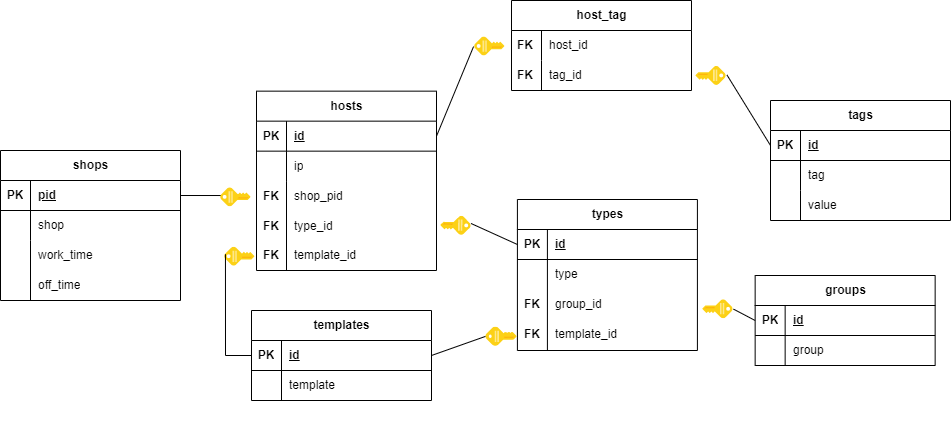
Above: db_schema.png in DorofD/zabbix_actualization_service (draw.io), before the change. Source tidied: cells renumbered, new cells last; positions are measured from the earlier drawing's top-left corner, leaving out a move shared by most shapes.
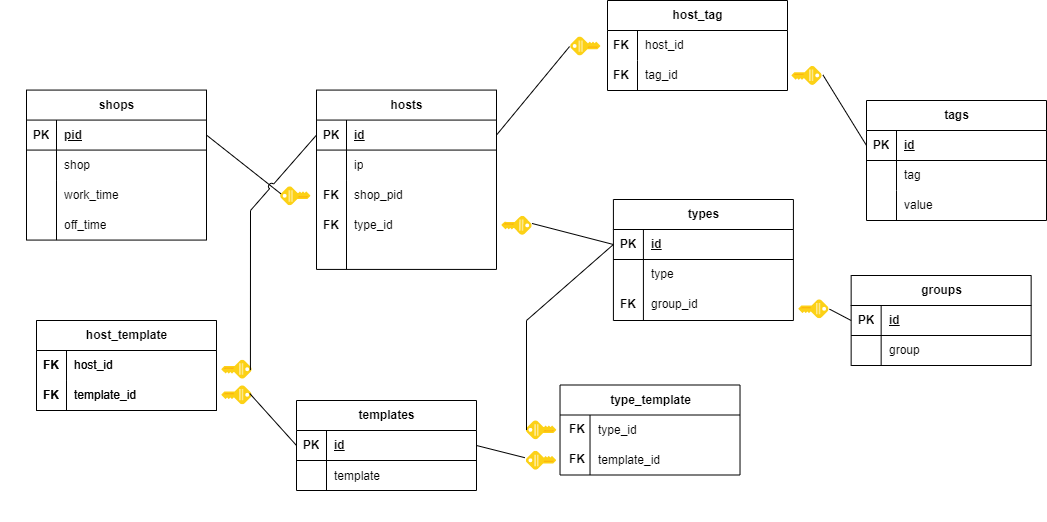
After the change.

Change to the diagram source:
```diff
@@ -54,7 +54,7 @@
       <mxGeometry x="30" width="150" height="30" as="geometry" />
     </mxCell>
     <mxCell id="19" style="group;" parent="1" vertex="1">
-      <mxGeometry y="150" width="180" height="180" as="geometry" />
+      <mxGeometry x="-70" y="89.6" width="180" height="180" as="geometry" />
     </mxCell>
     <mxCell id="20" value="shops" style="shape=table;startSize=30;rowLines=0;fontStyle=1;align=center;html=1;" parent="19" vertex="1">
       <mxGeometry width="180" height="150" as="geometry" />
@@ -105,7 +105,7 @@
       <mxGeometry relative="1" as="geometry" />
     </mxCell>
     <mxCell id="36" style="group;" parent="1" vertex="1">
-      <mxGeometry x="226" y="90.7" width="210" height="200" as="geometry" />
+      <mxGeometry x="190" y="89.6" width="210" height="200" as="geometry" />
     </mxCell>
     <mxCell id="37" style="group;" parent="36" vertex="1">
       <mxGeometry x="30" width="180" height="200" as="geometry" />
@@ -152,23 +152,14 @@
     <mxCell id="51" value="FK" style="shape=partialRectangle;fillColor=none;top=0;left=0;bottom=0;right=0;fontStyle=1;overflow=hidden;whiteSpace=wrap;html=1;" parent="37" vertex="1">
       <mxGeometry y="120" width="30" height="30" as="geometry" />
     </mxCell>
-    <mxCell id="52" value="template_id" style="shape=partialRectangle;fillColor=none;top=0;left=0;bottom=0;right=0;align=left;spacingLeft=6;overflow=hidden;whiteSpace=wrap;html=1;" parent="37" vertex="1">
-      <mxGeometry x="30" y="149.3" width="150" height="30" as="geometry" />
-    </mxCell>
-    <mxCell id="53" value="FK" style="shape=partialRectangle;fillColor=none;top=0;left=0;bottom=0;right=0;fontStyle=1;overflow=hidden;whiteSpace=wrap;html=1;" parent="37" vertex="1">
-      <mxGeometry y="149.3" width="30" height="30" as="geometry" />
-    </mxCell>
     <mxCell id="54" style="sketch=0;html=1;points=[];align=center;image;fontSize=12;image=img/lib/mscae/Key.svg;rotation=-90;" parent="36" vertex="1">
       <mxGeometry y="90" width="18.9" height="30.4" as="geometry" />
     </mxCell>
-    <mxCell id="55" style="sketch=0;html=1;points=[];align=center;image;fontSize=12;image=img/lib/mscae/Key.svg;rotation=-90;" parent="36" vertex="1">
-      <mxGeometry x="4" y="149.3" width="18.9" height="30.4" as="geometry" />
-    </mxCell>
     <mxCell id="56" style="group;" parent="1" vertex="1">
       <mxGeometry x="530" y="219" width="215.8" height="135" as="geometry" />
     </mxCell>
     <mxCell id="57" value="types" style="shape=table;startSize=30;rowLines=0;fontStyle=1;align=center;html=1;" parent="56" vertex="1">
-      <mxGeometry x="-13.1" y="-20" width="180" height="151" as="geometry" />
+      <mxGeometry x="-13.1" y="-20" width="180" height="121" as="geometry" />
     </mxCell>
     <mxCell id="58" style="shape=tableRow;horizontal=0;startSize=0;swimlaneHead=0;swimlaneBody=0;fillColor=none;points=[[0,0.5],[1,0.5]];portConstraint=eastwest;top=0;left=0;right=0;bottom=1;" parent="57" vertex="1">
       <mxGeometry y="30" width="180" height="30" as="geometry" />
@@ -180,13 +171,13 @@
       <mxGeometry x="30" width="150" height="30" as="geometry" />
     </mxCell>
     <mxCell id="61" style="shape=tableRow;horizontal=0;startSize=0;swimlaneHead=0;swimlaneBody=0;fillColor=none;top=0;left=0;right=0;bottom=0;" parent="57" vertex="1">
-      <mxGeometry y="60" width="180" height="91" as="geometry" />
+      <mxGeometry y="60" width="180" height="61" as="geometry" />
     </mxCell>
     <mxCell id="62" style="shape=partialRectangle;fillColor=none;top=0;left=0;bottom=0;right=0;overflow=hidden;whiteSpace=wrap;html=1;" parent="61" vertex="1">
-      <mxGeometry width="30" height="91" as="geometry" />
+      <mxGeometry width="30" height="61" as="geometry" />
     </mxCell>
     <mxCell id="63" style="shape=partialRectangle;fillColor=none;top=0;left=0;bottom=0;right=0;align=left;spacingLeft=6;overflow=hidden;whiteSpace=wrap;html=1;" parent="61" vertex="1">
-      <mxGeometry x="30" width="150" height="91" as="geometry" />
+      <mxGeometry x="30" width="150" height="61" as="geometry" />
     </mxCell>
     <mxCell id="64" style="sketch=0;html=1;points=[];align=center;image;fontSize=12;image=img/lib/mscae/Key.svg;rotation=90;" parent="56" vertex="1">
       <mxGeometry x="176.9" y="74.6" width="18.9" height="30.4" as="geometry" />
@@ -200,12 +191,6 @@
     <mxCell id="67" value="FK" style="shape=partialRectangle;fillColor=none;top=0;left=0;bottom=0;right=0;fontStyle=1;overflow=hidden;whiteSpace=wrap;html=1;" parent="56" vertex="1">
       <mxGeometry x="-13.1" y="70.2" width="30" height="30" as="geometry" />
     </mxCell>
-    <mxCell id="68" value="template_id" style="shape=partialRectangle;fillColor=none;top=0;left=0;bottom=0;right=0;align=left;spacingLeft=6;overflow=hidden;whiteSpace=wrap;html=1;" parent="56" vertex="1">
-      <mxGeometry x="16.9" y="100.2" width="150" height="30" as="geometry" />
-    </mxCell>
-    <mxCell id="69" value="FK" style="shape=partialRectangle;fillColor=none;top=0;left=0;bottom=0;right=0;fontStyle=1;overflow=hidden;whiteSpace=wrap;html=1;" parent="56" vertex="1">
-      <mxGeometry x="-13.1" y="100.2" width="30" height="30" as="geometry" />
-    </mxCell>
     <mxCell id="70" style="group;" parent="1" vertex="1">
       <mxGeometry x="718.9" y="275" width="215.8" height="90" as="geometry" />
     </mxCell>
@@ -249,7 +234,7 @@
       <mxGeometry relative="1" as="geometry" />
     </mxCell>
     <mxCell id="84" style="sketch=0;html=1;points=[];align=center;image;fontSize=12;image=img/lib/mscae/Key.svg;rotation=91;" parent="1" vertex="1">
-      <mxGeometry x="445" y="210" width="18.9" height="30.4" as="geometry" />
+      <mxGeometry x="410" y="210" width="18.9" height="30.4" as="geometry" />
     </mxCell>
     <mxCell id="85" value="FK" style="shape=partialRectangle;fillColor=none;top=0;left=0;bottom=0;right=0;fontStyle=1;overflow=hidden;whiteSpace=wrap;html=1;" parent="1" vertex="1">
       <mxGeometry x="510" y="59.6" width="30" height="30" as="geometry" />
@@ -258,7 +243,7 @@
       <mxGeometry x="510" y="29.6" width="30" height="30" as="geometry" />
     </mxCell>
     <mxCell id="87" style="group;" parent="1" vertex="1">
-      <mxGeometry x="241" y="300" width="180" height="120.5" as="geometry" />
+      <mxGeometry x="190" y="390" width="180" height="120.5" as="geometry" />
     </mxCell>
     <mxCell id="88" style="group;" parent="87" vertex="1">
       <mxGeometry x="10" y="10" width="180" height="120.5" as="geometry" />
@@ -287,21 +272,133 @@
     <mxCell id="96" value="template" style="shape=partialRectangle;fillColor=none;top=0;left=0;bottom=0;right=0;align=left;spacingLeft=6;overflow=hidden;whiteSpace=wrap;html=1;" parent="88" vertex="1">
       <mxGeometry x="30" y="60.5" width="150" height="30" as="geometry" />
     </mxCell>
-    <mxCell id="97" style="sketch=0;html=1;points=[];align=center;image;fontSize=12;image=img/lib/mscae/Key.svg;rotation=-90;" parent="1" vertex="1">
-      <mxGeometry x="491.1" y="320" width="18.9" height="30.4" as="geometry" />
-    </mxCell>
-    <mxCell id="98" style="endArrow=none;html=1;rounded=0;entryX=0.463;entryY=-0.014;entryDx=0;entryDy=0;entryPerimeter=0;exitX=1;exitY=0.5;exitDx=0;exitDy=0;" parent="1" edge="1" source="90" target="97">
-      <mxGeometry relative="1" as="geometry" />
-    </mxCell>
-    <mxCell id="99" style="sketch=0;html=1;align=center;image;fontSize=12;image=img/lib/mscae/Key.svg;rotation=-90;" parent="1" vertex="1">
-      <mxGeometry x="492.1" y="320" width="18.9" height="30.4" as="geometry" />
-    </mxCell>
-    <mxCell id="100" style="endArrow=none;html=1;rounded=0;entryX=0;entryY=0.5;entryDx=0;entryDy=0;exitX=0.577;exitY=0.024;exitDx=0;exitDy=0;exitPerimeter=0;" parent="1" edge="1" source="55" target="90">
-      <mxGeometry relative="1" as="geometry">
-        <Array as="points">
-          <mxPoint x="225" y="355" />
-        </Array>
-      </mxGeometry>
-    </mxCell>
+    <mxCell id="101" style="group;" parent="1" vertex="1">
+      <mxGeometry x="430" y="384.5" width="213.5" height="90" as="geometry" />
+    </mxCell>
+    <mxCell id="102" value="type_template" style="shape=table;startSize=30;rowLines=0;fontStyle=1;align=center;html=1;" parent="101" vertex="1">
+      <mxGeometry x="33.5" width="180" height="90" as="geometry" />
+    </mxCell>
+    <mxCell id="103" style="shape=tableRow;horizontal=0;startSize=0;swimlaneHead=0;swimlaneBody=0;fillColor=none;top=0;left=0;right=0;bottom=0;" parent="102" vertex="1">
+      <mxGeometry y="30" width="180" height="30" as="geometry" />
+    </mxCell>
+    <mxCell id="104" style="shape=partialRectangle;fillColor=none;top=0;left=0;bottom=0;right=0;overflow=hidden;whiteSpace=wrap;html=1;" parent="103" vertex="1">
+      <mxGeometry width="30" height="30" as="geometry" />
+    </mxCell>
+    <mxCell id="105" value="type_id" style="shape=partialRectangle;fillColor=none;top=0;left=0;bottom=0;right=0;align=left;spacingLeft=6;overflow=hidden;whiteSpace=wrap;html=1;" parent="103" vertex="1">
+      <mxGeometry x="30" width="150" height="30" as="geometry" />
+    </mxCell>
+    <mxCell id="106" style="shape=tableRow;horizontal=0;startSize=0;swimlaneHead=0;swimlaneBody=0;fillColor=none;top=0;left=0;right=0;bottom=0;" parent="102" vertex="1">
+      <mxGeometry y="60" width="180" height="30" as="geometry" />
+    </mxCell>
+    <mxCell id="107" style="shape=partialRectangle;fillColor=none;top=0;left=0;bottom=0;right=0;overflow=hidden;whiteSpace=wrap;html=1;" parent="106" vertex="1">
+      <mxGeometry width="30" height="30" as="geometry" />
+    </mxCell>
+    <mxCell id="108" value="template_id" style="shape=partialRectangle;fillColor=none;top=0;left=0;bottom=0;right=0;align=left;spacingLeft=6;overflow=hidden;whiteSpace=wrap;html=1;" parent="106" vertex="1">
+      <mxGeometry x="30" width="150" height="30" as="geometry" />
+    </mxCell>
+    <mxCell id="109" style="sketch=0;html=1;points=[];align=center;image;fontSize=12;image=img/lib/mscae/Key.svg;rotation=-90;" parent="101" vertex="1">
+      <mxGeometry x="5.8" y="59.6" width="18.9" height="30.4" as="geometry" />
+    </mxCell>
+    <mxCell id="110" value="FK" style="shape=partialRectangle;fillColor=none;top=0;left=0;bottom=0;right=0;fontStyle=1;overflow=hidden;whiteSpace=wrap;html=1;" parent="101" vertex="1">
+      <mxGeometry x="35.8" y="29.6" width="30" height="30" as="geometry" />
+    </mxCell>
+    <mxCell id="111" value="FK" style="shape=partialRectangle;fillColor=none;top=0;left=0;bottom=0;right=0;fontStyle=1;overflow=hidden;whiteSpace=wrap;html=1;" parent="101" vertex="1">
+      <mxGeometry x="35.8" y="59.6" width="30" height="30" as="geometry" />
+    </mxCell>
+    <mxCell id="112" style="sketch=0;html=1;points=[];align=center;image;fontSize=12;image=img/lib/mscae/Key.svg;rotation=-90;" parent="101" vertex="1">
+      <mxGeometry x="5.8" y="29.1" width="18.9" height="30.4" as="geometry" />
+    </mxCell>
+    <mxCell id="113" style="endArrow=none;html=1;rounded=0;exitX=0.61;exitY=-0.052;exitDx=0;exitDy=0;exitPerimeter=0;entryX=1;entryY=0.5;entryDx=0;entryDy=0;" parent="1" edge="1" source="109" target="90">
+      <mxGeometry relative="1" as="geometry" />
+    </mxCell>
+    <mxCell id="114" style="group;" parent="1" vertex="1">
+      <mxGeometry x="-60" y="320" width="214.7" height="90" as="geometry" />
+    </mxCell>
+    <mxCell id="115" style="sketch=0;html=1;points=[];align=center;image;fontSize=12;image=img/lib/mscae/Key.svg;rotation=90;" parent="114" vertex="1">
+      <mxGeometry x="190" y="59.6" width="18.9" height="30.4" as="geometry" />
+    </mxCell>
+    <mxCell id="116" style="group;" parent="114" vertex="1">
+      <mxGeometry width="214.7" height="90" as="geometry" />
+    </mxCell>
+    <mxCell id="117" style="group;" parent="116" vertex="1">
+      <mxGeometry width="180" height="90" as="geometry" />
+    </mxCell>
+    <mxCell id="118" value="host_template" style="shape=table;startSize=30;rowLines=0;fontStyle=1;align=center;html=1;" parent="117" vertex="1">
+      <mxGeometry width="180" height="90" as="geometry" />
+    </mxCell>
+    <mxCell id="119" style="shape=tableRow;horizontal=0;startSize=0;swimlaneHead=0;swimlaneBody=0;fillColor=none;top=0;left=0;right=0;bottom=0;" parent="118" vertex="1">
+      <mxGeometry y="30" width="180" height="30" as="geometry" />
+    </mxCell>
+    <mxCell id="120" style="shape=partialRectangle;fillColor=none;top=0;left=0;bottom=0;right=0;overflow=hidden;whiteSpace=wrap;html=1;" parent="119" vertex="1">
+      <mxGeometry width="30" height="30" as="geometry" />
+    </mxCell>
+    <mxCell id="121" value="host_id" style="shape=partialRectangle;fillColor=none;top=0;left=0;bottom=0;right=0;align=left;spacingLeft=6;overflow=hidden;whiteSpace=wrap;html=1;" parent="119" vertex="1">
+      <mxGeometry x="30" width="150" height="30" as="geometry" />
+    </mxCell>
+    <mxCell id="122" style="shape=tableRow;horizontal=0;startSize=0;swimlaneHead=0;swimlaneBody=0;fillColor=none;top=0;left=0;right=0;bottom=0;" parent="118" vertex="1">
+      <mxGeometry y="60" width="180" height="30" as="geometry" />
+    </mxCell>
+    <mxCell id="123" style="shape=partialRectangle;fillColor=none;top=0;left=0;bottom=0;right=0;overflow=hidden;whiteSpace=wrap;html=1;" parent="122" vertex="1">
+      <mxGeometry width="30" height="30" as="geometry" />
+    </mxCell>
+    <mxCell id="124" value="template_id" style="shape=partialRectangle;fillColor=none;top=0;left=0;bottom=0;right=0;align=left;spacingLeft=6;overflow=hidden;whiteSpace=wrap;html=1;" parent="122" vertex="1">
+      <mxGeometry x="30" width="150" height="30" as="geometry" />
+    </mxCell>
+    <mxCell id="125" value="FK" style="shape=partialRectangle;fillColor=none;top=0;left=0;bottom=0;right=0;fontStyle=1;overflow=hidden;whiteSpace=wrap;html=1;" parent="117" vertex="1">
+      <mxGeometry y="30" width="30" height="30" as="geometry" />
+    </mxCell>
+    <mxCell id="126" value="FK" style="shape=partialRectangle;fillColor=none;top=0;left=0;bottom=0;right=0;fontStyle=1;overflow=hidden;whiteSpace=wrap;html=1;" parent="117" vertex="1">
+      <mxGeometry y="60" width="30" height="30" as="geometry" />
+    </mxCell>
+    <mxCell id="127" style="group;" parent="117" vertex="1">
+      <mxGeometry x="-35.8" width="215.8" height="90" as="geometry" />
+    </mxCell>
+    <mxCell id="128" value="FK" style="shape=partialRectangle;fillColor=none;top=0;left=0;bottom=0;right=0;fontStyle=1;overflow=hidden;whiteSpace=wrap;html=1;" parent="127" vertex="1">
+      <mxGeometry x="35.8" y="60" width="30" height="30" as="geometry" />
+    </mxCell>
+    <mxCell id="129" value="FK" style="shape=partialRectangle;fillColor=none;top=0;left=0;bottom=0;right=0;fontStyle=1;overflow=hidden;whiteSpace=wrap;html=1;" parent="127" vertex="1">
+      <mxGeometry x="35.8" y="30" width="30" height="30" as="geometry" />
+    </mxCell>
+    <mxCell id="130" value="host_template" style="shape=table;startSize=30;rowLines=0;fontStyle=1;align=center;html=1;" parent="127" vertex="1">
+      <mxGeometry x="35.8" width="180" height="90" as="geometry" />
+    </mxCell>
+    <mxCell id="131" style="shape=tableRow;horizontal=0;startSize=0;swimlaneHead=0;swimlaneBody=0;fillColor=none;top=0;left=0;right=0;bottom=0;" parent="130" vertex="1">
+      <mxGeometry y="30" width="180" height="30" as="geometry" />
+    </mxCell>
+    <mxCell id="132" style="shape=partialRectangle;fillColor=none;top=0;left=0;bottom=0;right=0;overflow=hidden;whiteSpace=wrap;html=1;" parent="131" vertex="1">
+      <mxGeometry width="30" height="30" as="geometry" />
+    </mxCell>
+    <mxCell id="133" value="host_id" style="shape=partialRectangle;fillColor=none;top=0;left=0;bottom=0;right=0;align=left;spacingLeft=6;overflow=hidden;whiteSpace=wrap;html=1;" parent="131" vertex="1">
+      <mxGeometry x="30" width="150" height="30" as="geometry" />
+    </mxCell>
+    <mxCell id="134" style="shape=tableRow;horizontal=0;startSize=0;swimlaneHead=0;swimlaneBody=0;fillColor=none;top=0;left=0;right=0;bottom=0;" parent="130" vertex="1">
+      <mxGeometry y="60" width="180" height="30" as="geometry" />
+    </mxCell>
+    <mxCell id="135" style="shape=partialRectangle;fillColor=none;top=0;left=0;bottom=0;right=0;overflow=hidden;whiteSpace=wrap;html=1;" parent="134" vertex="1">
+      <mxGeometry width="30" height="30" as="geometry" />
+    </mxCell>
+    <mxCell id="136" value="template_id" style="shape=partialRectangle;fillColor=none;top=0;left=0;bottom=0;right=0;align=left;spacingLeft=6;overflow=hidden;whiteSpace=wrap;html=1;" parent="134" vertex="1">
+      <mxGeometry x="30" width="150" height="30" as="geometry" />
+    </mxCell>
+    <mxCell id="137" style="sketch=0;html=1;points=[];align=center;image;fontSize=12;image=img/lib/mscae/Key.svg;rotation=90;" parent="116" vertex="1">
+      <mxGeometry x="190" y="34" width="18.9" height="30.4" as="geometry" />
+    </mxCell>
+    <mxCell id="138" style="endArrow=none;html=1;rounded=0;exitX=0;exitY=0.5;exitDx=0;exitDy=0;entryX=0.407;entryY=0.046;entryDx=0;entryDy=0;entryPerimeter=0;" parent="1" edge="1" source="90" target="115">
+      <mxGeometry relative="1" as="geometry" />
+    </mxCell>
+    <mxCell id="139" style="endArrow=none;html=1;rounded=0;exitX=0;exitY=0.5;exitDx=0;exitDy=0;entryX=0.521;entryY=0.024;entryDx=0;entryDy=0;entryPerimeter=0;jumpStyle=arc;" parent="1" edge="1" source="39" target="137">
+      <mxGeometry relative="1" as="geometry">
+        <Array as="points">
+          <mxPoint x="154" y="210" />
+        </Array>
+      </mxGeometry>
+    </mxCell>
+    <mxCell id="140" style="endArrow=none;html=1;rounded=0;entryX=0.466;entryY=0;entryDx=0;entryDy=0;entryPerimeter=0;exitX=0;exitY=0.5;exitDx=0;exitDy=0;" parent="1" edge="1" source="58" target="112">
+      <mxGeometry relative="1" as="geometry">
+        <Array as="points">
+          <mxPoint x="430" y="320" />
+        </Array>
+      </mxGeometry>
+    </mxCell>
   </root>
 </mxGraphModel>
```
